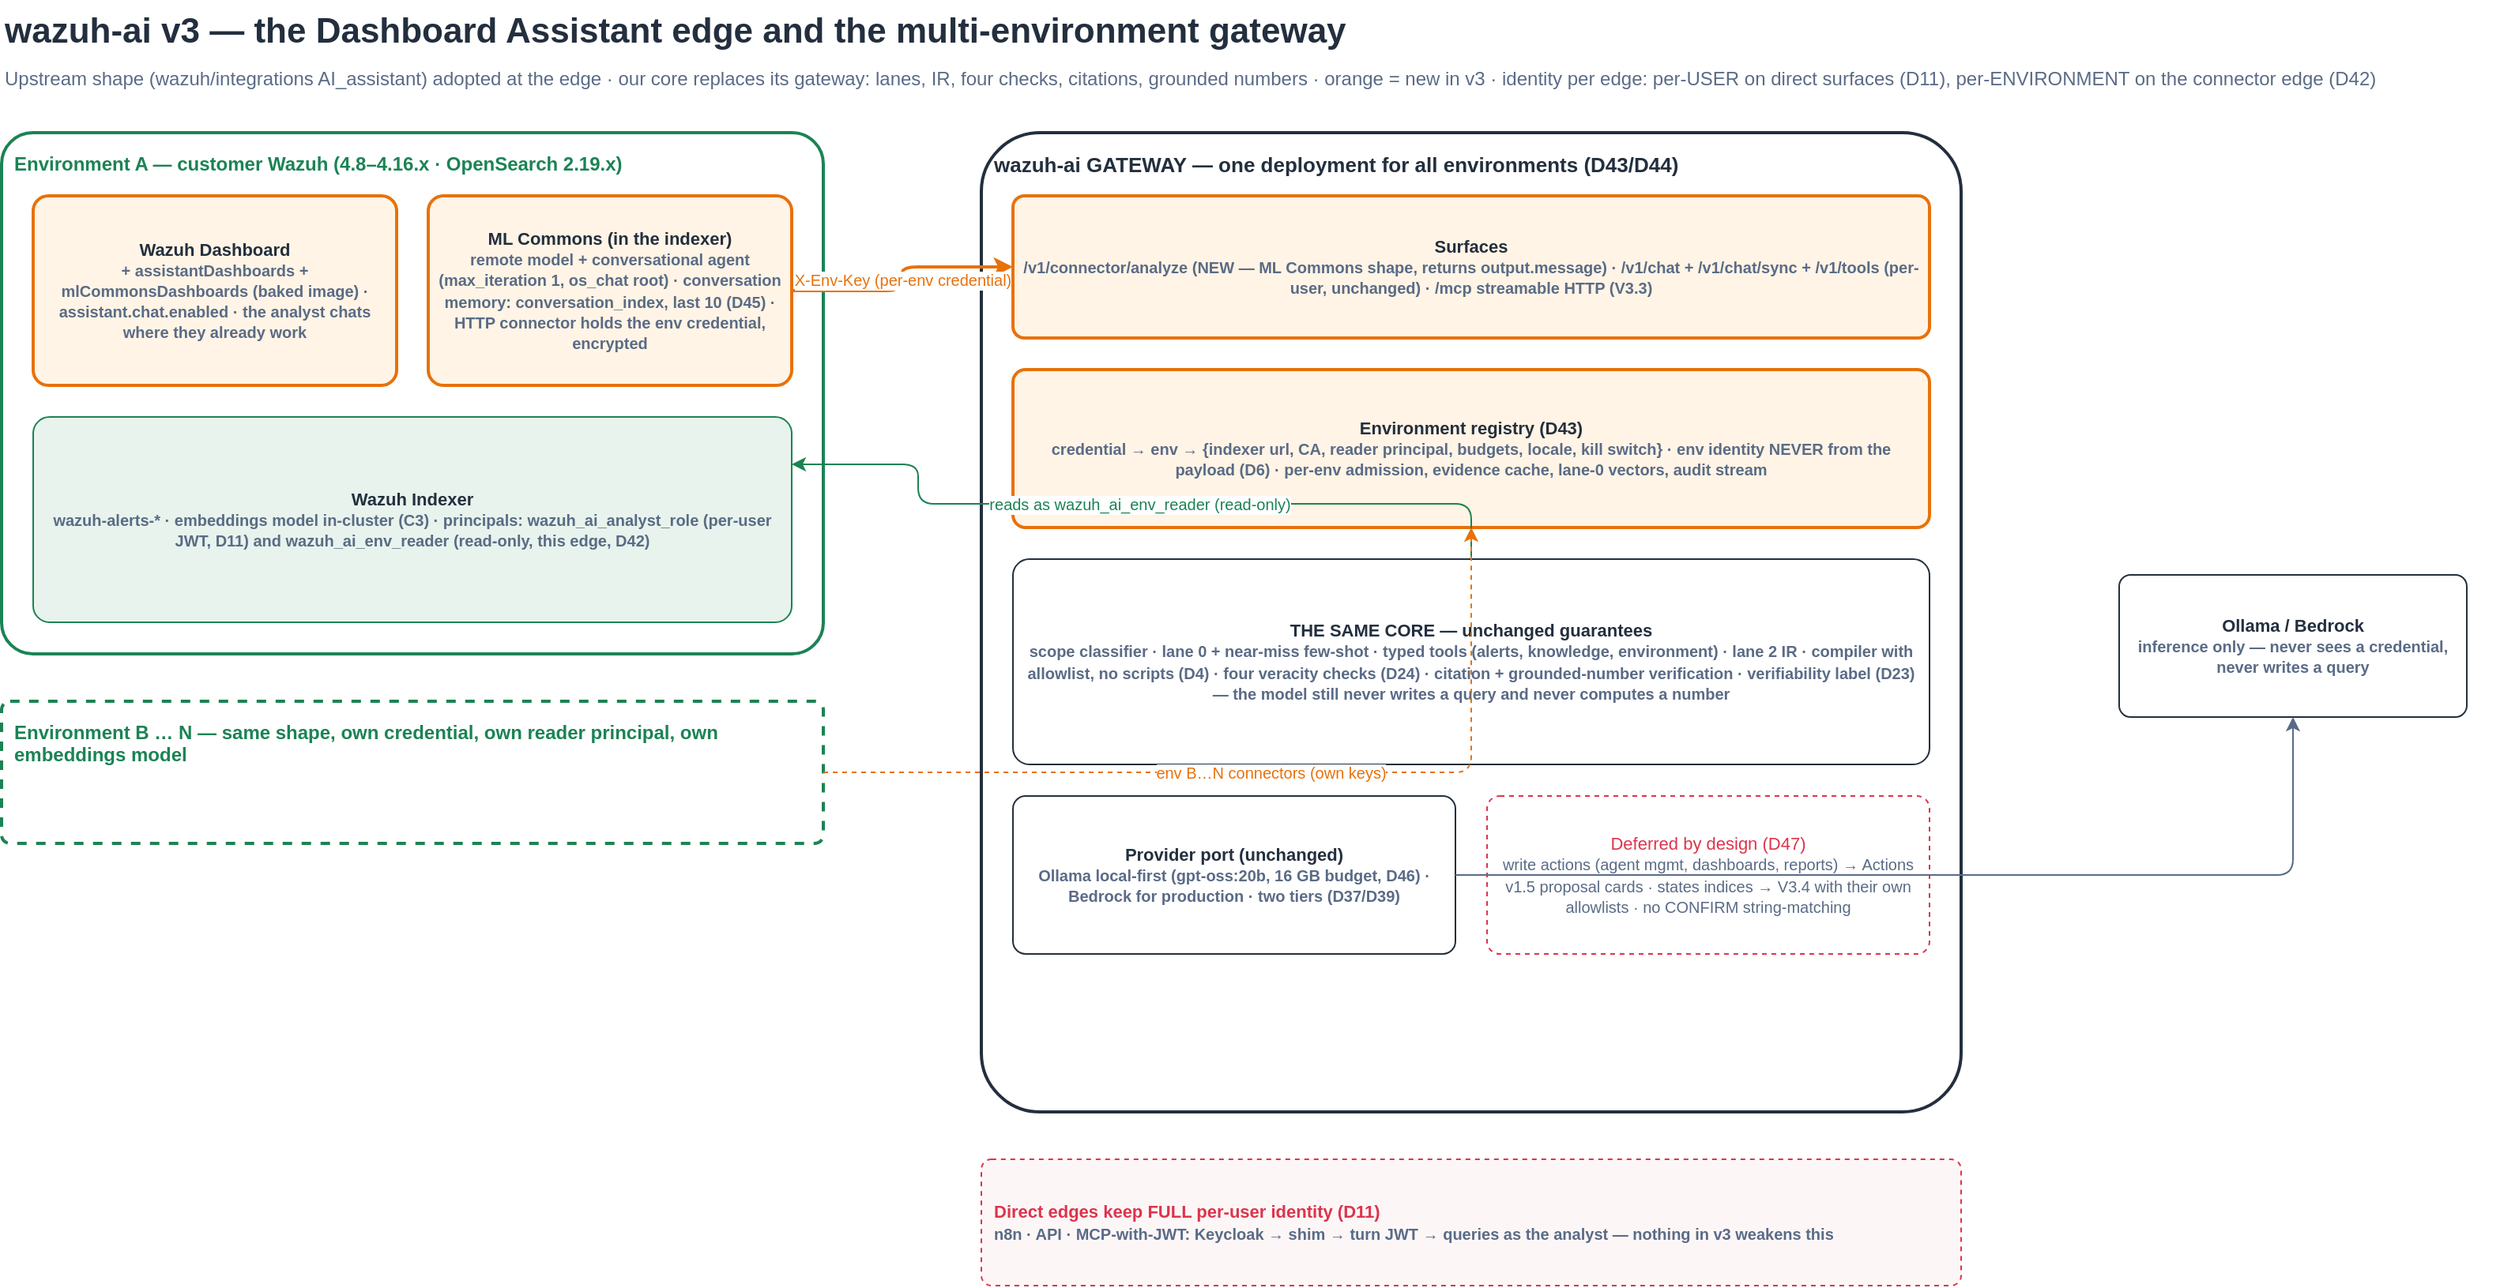
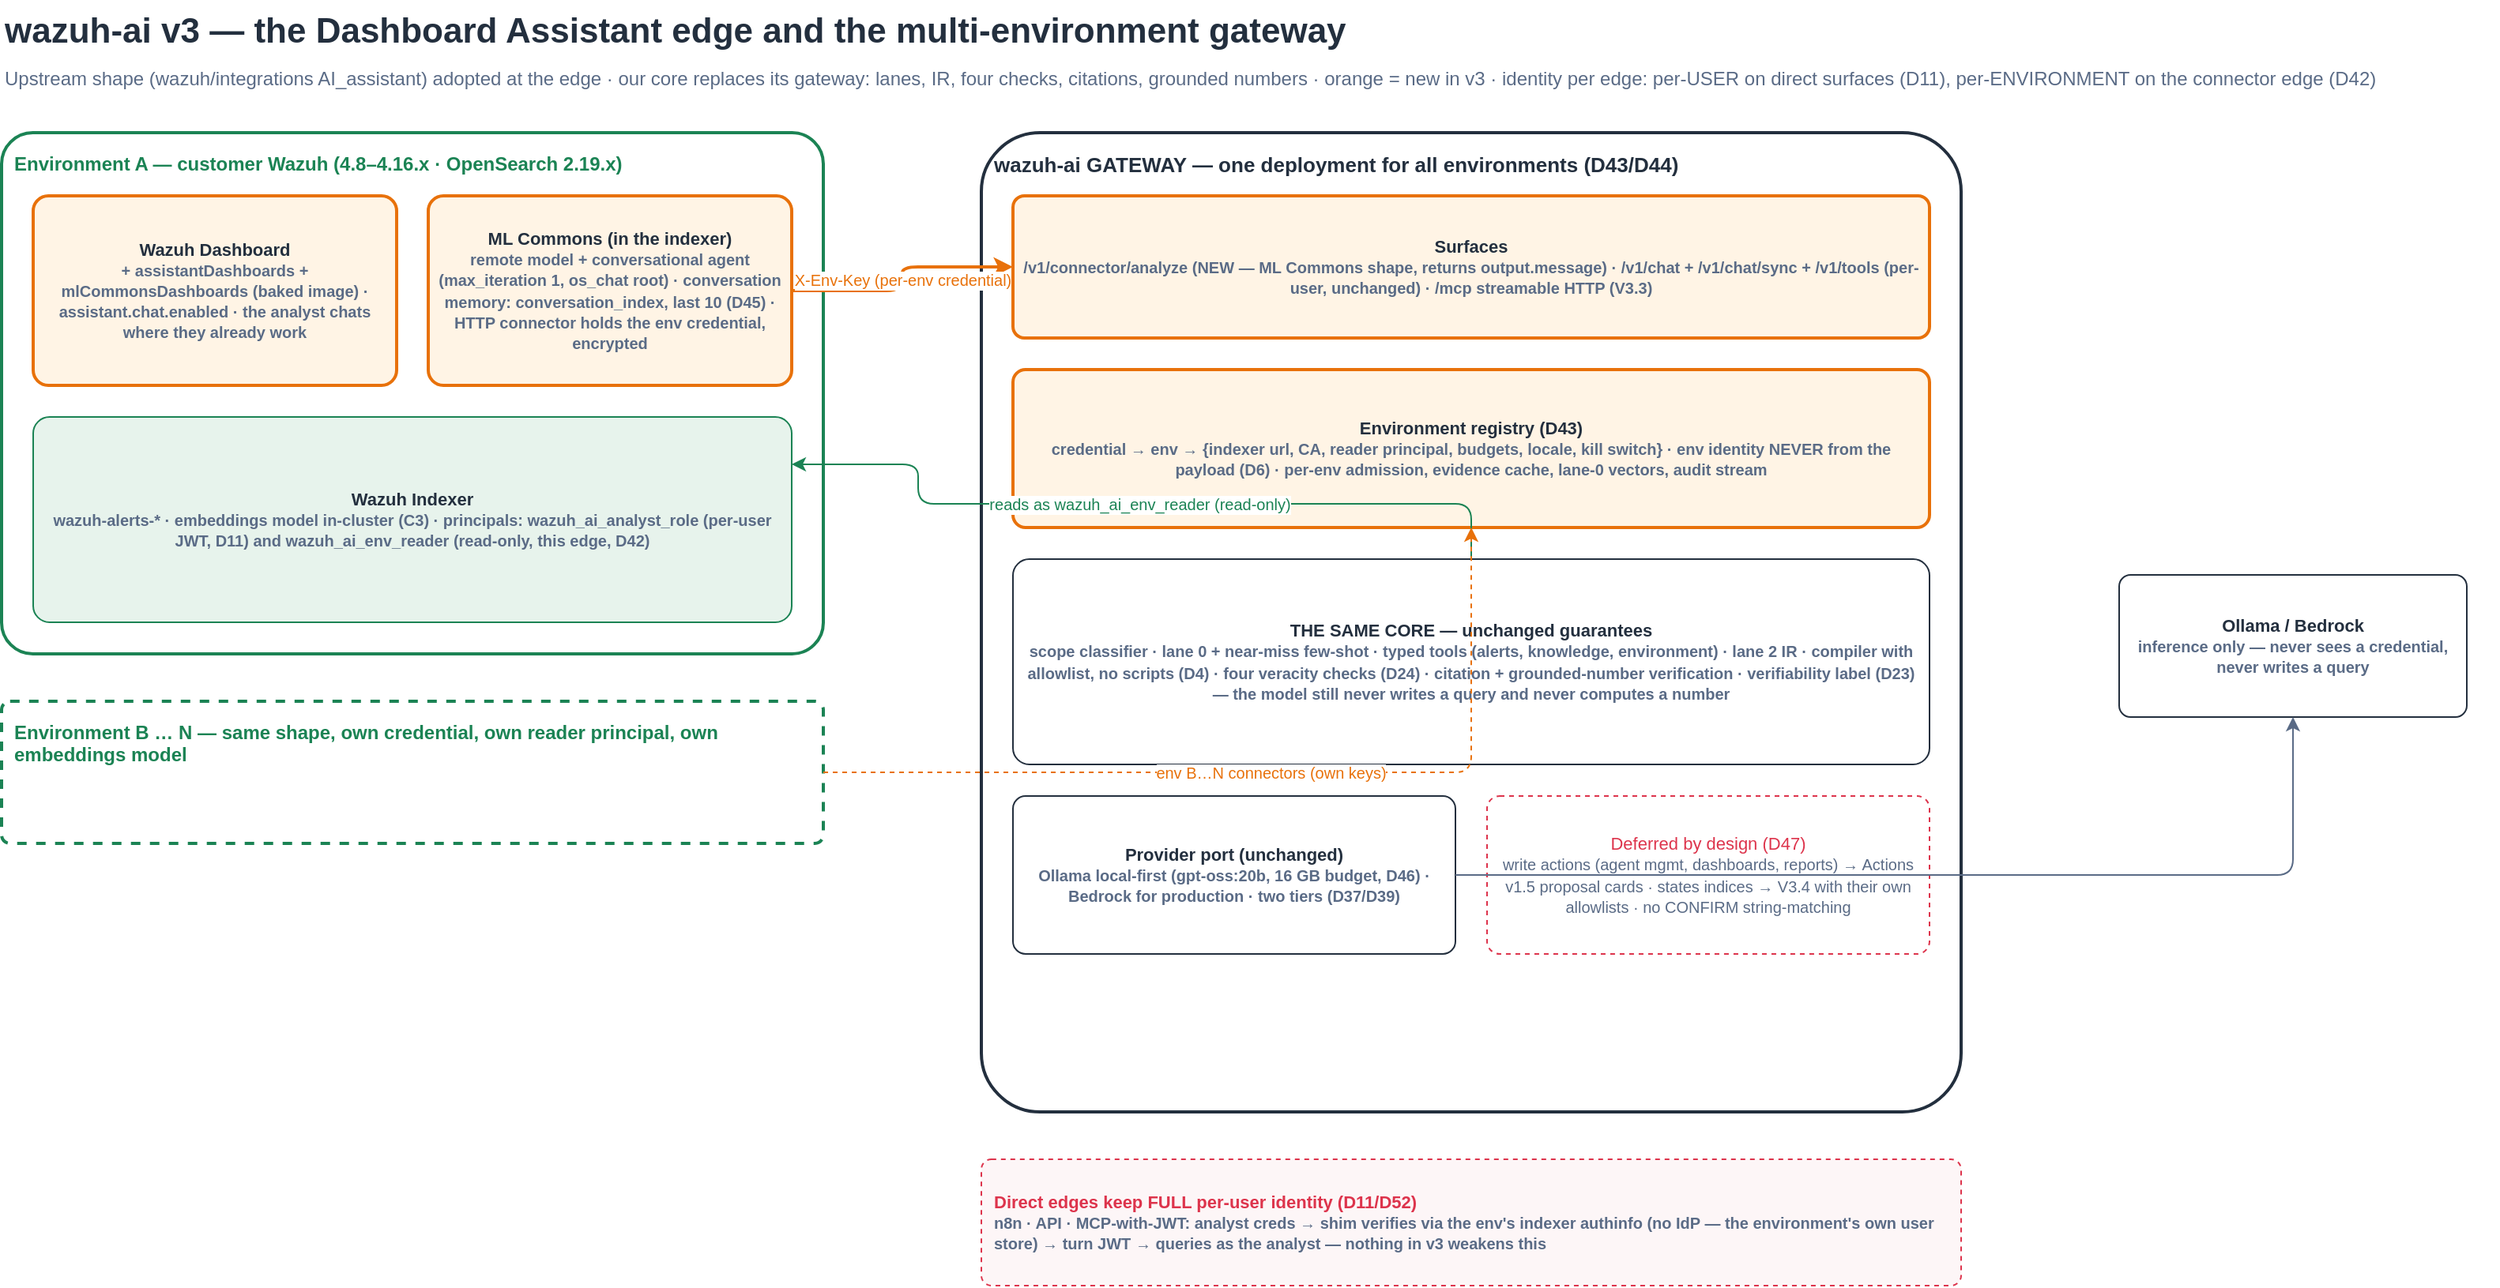
<mxfile host="app.diagrams.net" type="device" version="24.7.17">
  <diagram id="v3a" name="1 · v3 target: one gateway, N environments">
    <mxGraphModel dx="1400" dy="800" grid="0" gridSize="10" guides="1" tooltips="1" connect="1" arrows="1" fold="1" page="1" pageScale="1" pageWidth="1660" pageHeight="1010" math="0" shadow="0">
      <root>
        <mxCell id="0"/>
        <mxCell id="1" parent="0"/>
        <mxCell id="v1t" value="wazuh-ai v3 — the Dashboard Assistant edge and the multi-environment gateway" style="text;html=1;fontSize=22;fontStyle=1;fontColor=#232F3E;align=left;" vertex="1" parent="1"><mxGeometry x="40" y="16" width="1500" height="32" as="geometry"/></mxCell>
        <mxCell id="v1s" value="Upstream shape (wazuh/integrations AI_assistant) adopted at the edge · our core replaces its gateway: lanes, IR, four checks, citations, grounded numbers · orange = new in v3 · identity per edge: per-USER on direct surfaces (D11), per-ENVIRONMENT on the connector edge (D42)" style="text;html=1;fontSize=12;fontColor=#5A6B86;align=left;" vertex="1" parent="1"><mxGeometry x="40" y="52" width="1580" height="20" as="geometry"/></mxCell>
        <mxCell id="v1e1" value="Environment A — customer Wazuh (4.8–4.16.x · OpenSearch 2.19.x)" style="rounded=1;whiteSpace=wrap;html=1;fillColor=none;strokeColor=#1B8354;strokeWidth=2;fontColor=#1B8354;fontSize=12;fontStyle=1;align=left;verticalAlign=top;spacing=8;arcSize=6;" vertex="1" parent="1"><mxGeometry x="40" y="100" width="520" height="330" as="geometry"/></mxCell>
        <mxCell id="v1e1d" value="Wazuh Dashboard&lt;br&gt;&lt;font style=&quot;font-size:10px&quot; color=&quot;#5A6B86&quot;&gt;+ assistantDashboards + mlCommonsDashboards (baked image) · assistant.chat.enabled · the analyst chats where they already work&lt;/font&gt;" style="rounded=1;whiteSpace=wrap;html=1;fillColor=#FFF4E5;strokeColor=#E8710A;strokeWidth=2;fontColor=#232F3E;fontSize=11;fontStyle=1;align=center;verticalAlign=middle;spacing=6;arcSize=8;" vertex="1" parent="v1e1"><mxGeometry x="20" y="40" width="230" height="120" as="geometry"/></mxCell>
        <mxCell id="v1e1m" value="ML Commons (in the indexer)&lt;br&gt;&lt;font style=&quot;font-size:10px&quot; color=&quot;#5A6B86&quot;&gt;remote model + conversational agent (max_iteration 1, os_chat root) · conversation memory: conversation_index, last 10 (D45) · HTTP connector holds the env credential, encrypted&lt;/font&gt;" style="rounded=1;whiteSpace=wrap;html=1;fillColor=#FFF4E5;strokeColor=#E8710A;strokeWidth=2;fontColor=#232F3E;fontSize=11;fontStyle=1;align=center;verticalAlign=middle;spacing=6;arcSize=8;" vertex="1" parent="v1e1"><mxGeometry x="270" y="40" width="230" height="120" as="geometry"/></mxCell>
        <mxCell id="v1e1i" value="Wazuh Indexer&lt;br&gt;&lt;font style=&quot;font-size:10px&quot; color=&quot;#5A6B86&quot;&gt;wazuh-alerts-* · embeddings model in-cluster (C3) · principals: wazuh_ai_analyst_role (per-user JWT, D11) and wazuh_ai_env_reader (read-only, this edge, D42)&lt;/font&gt;" style="rounded=1;whiteSpace=wrap;html=1;fillColor=#E7F3EC;strokeColor=#1B8354;fontColor=#232F3E;fontSize=11;fontStyle=1;align=center;verticalAlign=middle;spacing=6;arcSize=8;" vertex="1" parent="v1e1"><mxGeometry x="20" y="180" width="480" height="130" as="geometry"/></mxCell>
        <mxCell id="v1e2" value="Environment B … N — same shape, own credential, own reader principal, own embeddings model" style="rounded=1;whiteSpace=wrap;html=1;fillColor=none;strokeColor=#1B8354;strokeWidth=2;dashed=1;fontColor=#1B8354;fontSize=12;fontStyle=1;align=left;verticalAlign=top;spacing=8;arcSize=6;" vertex="1" parent="1"><mxGeometry x="40" y="460" width="520" height="90" as="geometry"/></mxCell>
        <mxCell id="v1gw" value="wazuh-ai GATEWAY — one deployment for all environments (D43/D44)" style="rounded=1;whiteSpace=wrap;html=1;fillColor=none;strokeColor=#232F3E;strokeWidth=2;fontColor=#232F3E;fontSize=13;fontStyle=1;align=left;verticalAlign=top;spacing=8;arcSize=6;" vertex="1" parent="1"><mxGeometry x="660" y="100" width="620" height="620" as="geometry"/></mxCell>
        <mxCell id="v1gs" value="Surfaces&lt;br&gt;&lt;font style=&quot;font-size:10px&quot; color=&quot;#5A6B86&quot;&gt;/v1/connector/analyze (NEW — ML Commons shape, returns output.message) · /v1/chat + /v1/chat/sync + /v1/tools (per-user, unchanged) · /mcp streamable HTTP (V3.3)&lt;/font&gt;" style="rounded=1;whiteSpace=wrap;html=1;fillColor=#FFF4E5;strokeColor=#E8710A;strokeWidth=2;fontColor=#232F3E;fontSize=11;fontStyle=1;align=center;verticalAlign=middle;spacing=6;arcSize=8;" vertex="1" parent="v1gw"><mxGeometry x="20" y="40" width="580" height="90" as="geometry"/></mxCell>
        <mxCell id="v1gr" value="Environment registry (D43)&lt;br&gt;&lt;font style=&quot;font-size:10px&quot; color=&quot;#5A6B86&quot;&gt;credential → env → {indexer url, CA, reader principal, budgets, locale, kill switch} · env identity NEVER from the payload (D6) · per-env admission, evidence cache, lane-0 vectors, audit stream&lt;/font&gt;" style="rounded=1;whiteSpace=wrap;html=1;fillColor=#FFF4E5;strokeColor=#E8710A;strokeWidth=2;fontColor=#232F3E;fontSize=11;fontStyle=1;align=center;verticalAlign=middle;spacing=6;arcSize=8;" vertex="1" parent="v1gw"><mxGeometry x="20" y="150" width="580" height="100" as="geometry"/></mxCell>
        <mxCell id="v1gc" value="THE SAME CORE — unchanged guarantees&lt;br&gt;&lt;font style=&quot;font-size:10px&quot; color=&quot;#5A6B86&quot;&gt;scope classifier · lane 0 + near-miss few-shot · typed tools (alerts, knowledge, environment) · lane 2 IR · compiler with allowlist, no scripts (D4) · four veracity checks (D24) · citation + grounded-number verification · verifiability label (D23) — the model still never writes a query and never computes a number&lt;/font&gt;" style="rounded=1;whiteSpace=wrap;html=1;fillColor=#FFFFFF;strokeColor=#232F3E;fontColor=#232F3E;fontSize=11;fontStyle=1;align=center;verticalAlign=middle;spacing=6;arcSize=8;" vertex="1" parent="v1gw"><mxGeometry x="20" y="270" width="580" height="130" as="geometry"/></mxCell>
        <mxCell id="v1gp" value="Provider port (unchanged)&lt;br&gt;&lt;font style=&quot;font-size:10px&quot; color=&quot;#5A6B86&quot;&gt;Ollama local-first (gpt-oss:20b, 16 GB budget, D46) · Bedrock for production · two tiers (D37/D39)&lt;/font&gt;" style="rounded=1;whiteSpace=wrap;html=1;fillColor=#FFFFFF;strokeColor=#232F3E;fontColor=#232F3E;fontSize=11;fontStyle=1;align=center;verticalAlign=middle;spacing=6;arcSize=8;" vertex="1" parent="v1gw"><mxGeometry x="20" y="420" width="280" height="100" as="geometry"/></mxCell>
        <mxCell id="v1ga" value="Deferred by design (D47)&lt;br&gt;&lt;font style=&quot;font-size:10px&quot; color=&quot;#5A6B86&quot;&gt;write actions (agent mgmt, dashboards, reports) → Actions v1.5 proposal cards · states indices → V3.4 with their own allowlists · no CONFIRM string-matching&lt;/font&gt;" style="rounded=1;whiteSpace=wrap;html=1;fillColor=#FFFFFF;strokeColor=#DD344C;dashed=1;fontColor=#DD344C;fontSize=11;align=center;verticalAlign=middle;spacing=6;arcSize=8;" vertex="1" parent="v1gw"><mxGeometry x="320" y="420" width="280" height="100" as="geometry"/></mxCell>
        <mxCell id="v1llm" value="Ollama / Bedrock&lt;br&gt;&lt;font style=&quot;font-size:10px&quot; color=&quot;#5A6B86&quot;&gt;inference only — never sees a credential, never writes a query&lt;/font&gt;" style="rounded=1;whiteSpace=wrap;html=1;fillColor=#FFFFFF;strokeColor=#232F3E;fontColor=#232F3E;fontSize=11;fontStyle=1;align=center;verticalAlign=middle;spacing=6;arcSize=8;" vertex="1" parent="1"><mxGeometry x="1380" y="380" width="220" height="90" as="geometry"/></mxCell>
-         <mxCell id="v1direct" value="Direct edges keep FULL per-user identity (D11)&lt;br&gt;&lt;font style=&quot;font-size:10px&quot; color=&quot;#5A6B86&quot;&gt;n8n · API · MCP-with-JWT: Keycloak → shim → turn JWT → queries as the analyst — nothing in v3 weakens this&lt;/font&gt;" style="rounded=1;whiteSpace=wrap;html=1;fillColor=#FDF6F7;strokeColor=#DD344C;dashed=1;fontColor=#DD344C;fontSize=11;fontStyle=1;align=left;verticalAlign=middle;spacing=8;arcSize=8;" vertex="1" parent="1"><mxGeometry x="660" y="750" width="620" height="80" as="geometry"/></mxCell>
+         <mxCell id="v1direct" value="Direct edges keep FULL per-user identity (D11/D52)&lt;br&gt;&lt;font style=&quot;font-size:10px&quot; color=&quot;#5A6B86&quot;&gt;n8n · API · MCP-with-JWT: analyst creds → shim verifies via the env&#39;s indexer authinfo (no IdP — the environment&#39;s own user store) → turn JWT → queries as the analyst — nothing in v3 weakens this&lt;/font&gt;" style="rounded=1;whiteSpace=wrap;html=1;fillColor=#FDF6F7;strokeColor=#DD344C;dashed=1;fontColor=#DD344C;fontSize=11;fontStyle=1;align=left;verticalAlign=middle;spacing=8;arcSize=8;" vertex="1" parent="1"><mxGeometry x="660" y="750" width="620" height="80" as="geometry"/></mxCell>
        <mxCell id="v1eg1" value="X-Env-Key (per-env credential)" style="edgeStyle=orthogonalEdgeStyle;rounded=1;html=1;strokeColor=#E8710A;fontColor=#E8710A;fontSize=10;strokeWidth=2;" edge="1" parent="1" source="v1e1m" target="v1gs"><mxGeometry relative="1" as="geometry"/></mxCell>
        <mxCell id="v1eg2" value="reads as wazuh_ai_env_reader (read-only)" style="edgeStyle=orthogonalEdgeStyle;rounded=1;html=1;strokeColor=#1B8354;fontColor=#1B8354;fontSize=10;" edge="1" parent="1" source="v1gc" target="v1e1i"><mxGeometry relative="1" as="geometry"><Array as="points"><mxPoint x="620" y="335"/><mxPoint x="620" y="310"/></Array></mxGeometry></mxCell>
        <mxCell id="v1eg3" style="edgeStyle=orthogonalEdgeStyle;rounded=1;html=1;strokeColor=#5A6B86;fontColor=#5A6B86;fontSize=10;" edge="1" parent="1" source="v1gp" target="v1llm"><mxGeometry relative="1" as="geometry"/></mxCell>
        <mxCell id="v1eg4" value="env B…N connectors (own keys)" style="edgeStyle=orthogonalEdgeStyle;rounded=1;html=1;strokeColor=#E8710A;fontColor=#E8710A;fontSize=10;dashed=1;" edge="1" parent="1" source="v1e2" target="v1gr"><mxGeometry relative="1" as="geometry"/></mxCell>
      </root>
    </mxGraphModel>
  </diagram>
  <diagram id="v3b" name="2 · v3 PoC: single environment on the harness">
    <mxGraphModel dx="1400" dy="800" grid="0" gridSize="10" guides="1" tooltips="1" connect="1" arrows="1" fold="1" page="1" pageScale="1" pageWidth="1660" pageHeight="1010" math="0" shadow="0">
      <root>
        <mxCell id="0"/>
        <mxCell id="1" parent="0"/>
        <mxCell id="v2t" value="v3 PoC — environment `lab` on the existing docker harness" style="text;html=1;fontSize=22;fontStyle=1;fontColor=#232F3E;align=left;" vertex="1" parent="1"><mxGeometry x="40" y="16" width="1500" height="32" as="geometry"/></mxCell>
        <mxCell id="v2s" value="Single environment, multi-environment interfaces: the registry has one entry, the code paths are the N-env paths · bring-up: make dashboard-assistant → make assistant-setup → make evals-connector · 16 GB inference budget: gpt-oss:20b, embeddings in-cluster" style="text;html=1;fontSize=12;fontColor=#5A6B86;align=left;" vertex="1" parent="1"><mxGeometry x="40" y="52" width="1580" height="20" as="geometry"/></mxCell>
        <mxCell id="v2wz" value="wazuh-docker single-node — environment `lab`" style="rounded=1;whiteSpace=wrap;html=1;fillColor=none;strokeColor=#1B8354;strokeWidth=2;fontColor=#1B8354;fontSize=12;fontStyle=1;align=left;verticalAlign=top;spacing=8;arcSize=6;" vertex="1" parent="1"><mxGeometry x="40" y="100" width="560" height="420" as="geometry"/></mxCell>
        <mxCell id="v2d" value="wazuh-dashboard :443 — DERIVED IMAGE&lt;br&gt;&lt;font style=&quot;font-size:10px&quot; color=&quot;#5A6B86&quot;&gt;dashboard-assistant/Dockerfile bakes assistantDashboards + mlCommonsDashboards (version from package.json → artifacts.opensearch.org bundle) · assistant.chat.enabled: true in the mounted yml&lt;/font&gt;" style="rounded=1;whiteSpace=wrap;html=1;fillColor=#FFF4E5;strokeColor=#E8710A;strokeWidth=2;fontColor=#232F3E;fontSize=11;fontStyle=1;align=center;verticalAlign=middle;spacing=6;arcSize=8;" vertex="1" parent="v2wz"><mxGeometry x="20" y="40" width="520" height="110" as="geometry"/></mxCell>
        <mxCell id="v2i" value="wazuh-indexer :9200 (OpenSearch 2.19.5)&lt;br&gt;&lt;font style=&quot;font-size:10px&quot; color=&quot;#5A6B86&quot;&gt;scripts/dashboard_assistant_setup.sh creates: cluster settings (trusted_connector_endpoints_regex += ^http://tool-service:8080/.*$) · remote model + connector (X-Env-Key, request_timeout 120s) · conversational agent (max_iteration 1, memory conversation_index) · root agent in .plugins-ml-config&lt;br&gt;principals: analyst JWT auth domain (existing) + wazuh_ai_env_reader (NEW, read-only) · embeddings model (C3)&lt;/font&gt;" style="rounded=1;whiteSpace=wrap;html=1;fillColor=#E7F3EC;strokeColor=#1B8354;fontColor=#232F3E;fontSize=11;fontStyle=1;align=center;verticalAlign=middle;spacing=8;arcSize=8;" vertex="1" parent="v2wz"><mxGeometry x="20" y="170" width="520" height="160" as="geometry"/></mxCell>
        <mxCell id="v2m" value="wazuh-manager&lt;br&gt;&lt;font style=&quot;font-size:10px&quot; color=&quot;#5A6B86&quot;&gt;API :55000 untouched in v3 — actions deferred (D47)&lt;/font&gt;" style="rounded=1;whiteSpace=wrap;html=1;fillColor=#FFFFFF;strokeColor=#5A6B86;dashed=1;fontColor=#5A6B86;fontSize=11;align=center;verticalAlign=middle;spacing=6;arcSize=8;" vertex="1" parent="v2wz"><mxGeometry x="20" y="350" width="520" height="50" as="geometry"/></mxCell>
        <mxCell id="v2gw" value="tool-service :8080 — the gateway" style="rounded=1;whiteSpace=wrap;html=1;fillColor=none;strokeColor=#232F3E;strokeWidth=2;fontColor=#232F3E;fontSize=12;fontStyle=1;align=left;verticalAlign=top;spacing=8;arcSize=6;" vertex="1" parent="1"><mxGeometry x="680" y="100" width="500" height="420" as="geometry"/></mxCell>
        <mxCell id="v2g1" value="POST /v1/connector/analyze (NEW)&lt;br&gt;&lt;font style=&quot;font-size:10px&quot; color=&quot;#5A6B86&quot;&gt;auth X-Env-Key → environments.resolve_by_key → EnvPrincipal(lab) · body {parameters:{prompt}} · returns {output:{message: answer + label + &#39;environment-scoped identity&#39;}} · 110 s budget, budget-note over 504&lt;/font&gt;" style="rounded=1;whiteSpace=wrap;html=1;fillColor=#FFF4E5;strokeColor=#E8710A;strokeWidth=2;fontColor=#232F3E;fontSize=11;fontStyle=1;align=center;verticalAlign=middle;spacing=6;arcSize=8;" vertex="1" parent="v2gw"><mxGeometry x="20" y="40" width="460" height="110" as="geometry"/></mxCell>
        <mxCell id="v2g2" value="environments.yaml — one entry: lab&lt;br&gt;&lt;font style=&quot;font-size:10px&quot; color=&quot;#5A6B86&quot;&gt;gateway_key · indexer url/CA · reader principal · per-env admission/cache/vectors/audit keyed by env_id (V3.1a)&lt;/font&gt;" style="rounded=1;whiteSpace=wrap;html=1;fillColor=#FFF4E5;strokeColor=#E8710A;strokeWidth=2;fontColor=#232F3E;fontSize=11;fontStyle=1;align=center;verticalAlign=middle;spacing=6;arcSize=8;" vertex="1" parent="v2gw"><mxGeometry x="20" y="170" width="460" height="90" as="geometry"/></mxCell>
        <mxCell id="v2g3" value="run_turn(principal) — User (JWT) | EnvPrincipal&lt;br&gt;&lt;font style=&quot;font-size:10px&quot; color=&quot;#5A6B86&quot;&gt;same lanes, tools, IR, checks, citations, grounded numbers for both principals · existing surfaces /v1/chat(/sync), /v1/tools unchanged (per-user)&lt;/font&gt;" style="rounded=1;whiteSpace=wrap;html=1;fillColor=#FFFFFF;strokeColor=#232F3E;fontColor=#232F3E;fontSize=11;fontStyle=1;align=center;verticalAlign=middle;spacing=6;arcSize=8;" vertex="1" parent="v2gw"><mxGeometry x="20" y="280" width="460" height="120" as="geometry"/></mxCell>
        <mxCell id="v2ol" value="ollama :11434 (rocm)&lt;br&gt;&lt;font style=&quot;font-size:10px&quot; color=&quot;#5A6B86&quot;&gt;gpt-oss:20b only — embeddings moved in-cluster (C3) · ≈13 GB + KV in the 16 GB budget&lt;/font&gt;" style="rounded=1;whiteSpace=wrap;html=1;fillColor=#FFFFFF;strokeColor=#232F3E;fontColor=#232F3E;fontSize=11;fontStyle=1;align=center;verticalAlign=middle;spacing=6;arcSize=8;" vertex="1" parent="1"><mxGeometry x="1260" y="140" width="340" height="100" as="geometry"/></mxCell>
-         <mxCell id="v2ex" value="existing edges, untouched&lt;br&gt;&lt;font style=&quot;font-size:10px&quot; color=&quot;#5A6B86&quot;&gt;keycloak :8085 + auth-shim :8081 + n8n :5678 → per-user turn JWT (D11) · golden set via make evals (direct) and make evals-connector (dashboard path, agent _execute)&lt;/font&gt;" style="rounded=1;whiteSpace=wrap;html=1;fillColor=#FDF6F7;strokeColor=#DD344C;dashed=1;fontColor=#DD344C;fontSize=11;fontStyle=1;align=left;verticalAlign=middle;spacing=8;arcSize=8;" vertex="1" parent="1"><mxGeometry x="1260" y="280" width="340" height="130" as="geometry"/></mxCell>
+         <mxCell id="v2ex" value="direct edges (V3.6: no Keycloak)&lt;br&gt;&lt;font style=&quot;font-size:10px&quot; color=&quot;#5A6B86&quot;&gt;auth-shim :8081 (verifies creds via indexer authinfo, D52) + n8n :5678 → per-user turn JWT (D11) · golden set via make evals (direct) and make evals-connector (dashboard path, agent _execute)&lt;/font&gt;" style="rounded=1;whiteSpace=wrap;html=1;fillColor=#FDF6F7;strokeColor=#DD344C;dashed=1;fontColor=#DD344C;fontSize=11;fontStyle=1;align=left;verticalAlign=middle;spacing=8;arcSize=8;" vertex="1" parent="1"><mxGeometry x="1260" y="280" width="340" height="130" as="geometry"/></mxCell>
        <mxCell id="v2acc" value="acceptance (V3.1): Assistant icon answers in the dashboard · six storyline questions match n8n answers + env-scoped label · evals-connector green (identity cases explicitly SKIPPED, never silent) · env reader can read / cannot DELETE · wrong X-Env-Key → 401 + audit · make test and make evals stay green" style="rounded=1;whiteSpace=wrap;html=1;fillColor=#FFFFFF;strokeColor=#232F3E;fontColor=#232F3E;fontSize=11;align=left;verticalAlign=middle;spacing=8;arcSize=8;" vertex="1" parent="1"><mxGeometry x="40" y="560" width="1140" height="80" as="geometry"/></mxCell>
        <mxCell id="v2e1" value="X-Env-Key" style="edgeStyle=orthogonalEdgeStyle;rounded=1;html=1;strokeColor=#E8710A;fontColor=#E8710A;fontSize=10;strokeWidth=2;" edge="1" parent="1" source="v2i" target="v2g1"><mxGeometry relative="1" as="geometry"/></mxCell>
        <mxCell id="v2e2" value="reads as env_reader" style="edgeStyle=orthogonalEdgeStyle;rounded=1;html=1;strokeColor=#1B8354;fontColor=#1B8354;fontSize=10;" edge="1" parent="1" source="v2g3" target="v2i"><mxGeometry relative="1" as="geometry"><Array as="points"><mxPoint x="640" y="340"/><mxPoint x="640" y="280"/></Array></mxGeometry></mxCell>
        <mxCell id="v2e3" style="edgeStyle=orthogonalEdgeStyle;rounded=1;html=1;strokeColor=#5A6B86;fontColor=#5A6B86;fontSize=10;" edge="1" parent="1" source="v2gw" target="v2ol"><mxGeometry relative="1" as="geometry"/></mxCell>
        <mxCell id="v2e4" value="chat in the dashboard" style="edgeStyle=orthogonalEdgeStyle;rounded=1;html=1;strokeColor=#E8710A;fontColor=#E8710A;fontSize=10;" edge="1" parent="1" source="v2d" target="v2i"><mxGeometry relative="1" as="geometry"/></mxCell>
      </root>
    </mxGraphModel>
  </diagram>
</mxfile>
